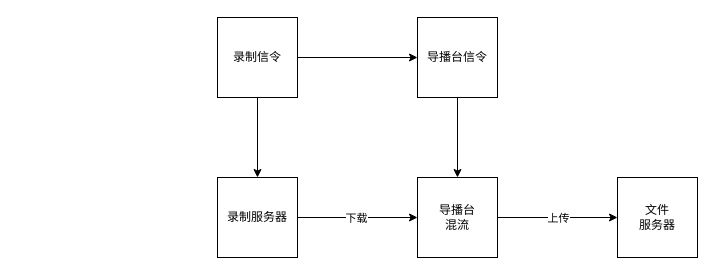
Earlier version of the draw.io diagram page "Page-11" (11 of 15) of Untitled Diagram2.drawio (craterone/imgs). Source tidied: cells renumbered, new cells numbered last; positions are measured from the earlier drawing's top-left corner, leaving out a move shared by most shapes. Both pictures are drawn from the tidied source at 100%, with x=0, y=0 at pixel (217, 17).
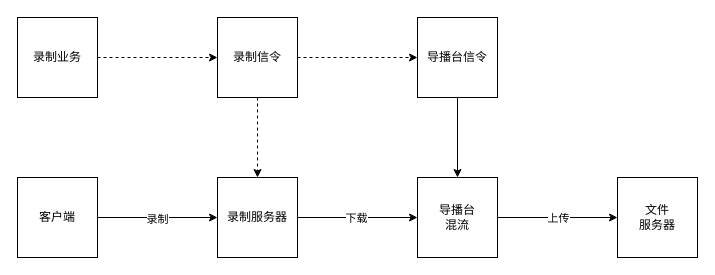
After the change.

Diff of the diagram source:
```diff
@@
 <mxGraphModel>
   <root>
     <mxCell id="0" />
     <mxCell id="1" parent="0" />
-    <mxCell id="2" style="edgeStyle=orthogonalEdgeStyle;rounded=0;jettySize=auto;html=1;entryX=0.5;entryY=0;entryDx=0;entryDy=0;" parent="1" edge="1" source="4" target="10">
+    <mxCell id="2" style="edgeStyle=orthogonalEdgeStyle;rounded=0;jettySize=auto;html=1;entryX=0.5;entryY=0;entryDx=0;entryDy=0;dashed=1;" parent="1" edge="1" source="4" target="10">
       <mxGeometry relative="1" as="geometry" />
     </mxCell>
-    <mxCell id="3" style="edgeStyle=orthogonalEdgeStyle;rounded=0;jettySize=auto;html=1;entryX=0;entryY=0.5;entryDx=0;entryDy=0;" parent="1" edge="1" source="4" target="12">
+    <mxCell id="3" style="edgeStyle=orthogonalEdgeStyle;rounded=0;jettySize=auto;html=1;entryX=0;entryY=0.5;entryDx=0;entryDy=0;dashed=1;" parent="1" edge="1" source="4" target="12">
       <mxGeometry relative="1" as="geometry" />
     </mxCell>
     <mxCell id="4" value="录制信令" style="whiteSpace=wrap;html=1;" parent="1" vertex="1">
       <mxGeometry width="80" height="80" as="geometry" />
     </mxCell>
     <mxCell id="5" style="edgeStyle=orthogonalEdgeStyle;rounded=0;jettySize=auto;html=1;entryX=0;entryY=0.5;entryDx=0;entryDy=0;" parent="1" edge="1" source="7" target="13">
       <mxGeometry relative="1" as="geometry" />
     </mxCell>
     <mxCell id="6" value="上传" style="edgeLabel;html=1;align=center;verticalAlign=middle;" parent="5" vertex="1">
       <mxGeometry x="-0.1" y="-1" relative="1" as="geometry">
         <mxPoint x="6" y="-1" as="offset" />
       </mxGeometry>
     </mxCell>
     <mxCell id="7" value="导播台&lt;br&gt;混流" style="whiteSpace=wrap;html=1;" parent="1" vertex="1">
       <mxGeometry x="200" y="160" width="80" height="80" as="geometry" />
     </mxCell>
     <mxCell id="8" style="edgeStyle=orthogonalEdgeStyle;rounded=0;jettySize=auto;html=1;entryX=0;entryY=0.5;entryDx=0;entryDy=0;" parent="1" edge="1" source="10" target="7">
       <mxGeometry relative="1" as="geometry" />
     </mxCell>
     <mxCell id="9" value="下载" style="edgeLabel;html=1;align=center;verticalAlign=middle;" parent="8" vertex="1">
       <mxGeometry x="-0.03" relative="1" as="geometry" />
     </mxCell>
     <mxCell id="10" value="录制服务器" style="whiteSpace=wrap;html=1;" parent="1" vertex="1">
       <mxGeometry y="160" width="80" height="80" as="geometry" />
     </mxCell>
     <mxCell id="11" style="edgeStyle=orthogonalEdgeStyle;rounded=0;jettySize=auto;html=1;" parent="1" edge="1" source="12" target="7">
       <mxGeometry relative="1" as="geometry" />
     </mxCell>
     <mxCell id="12" value="导播台信令" style="whiteSpace=wrap;html=1;" parent="1" vertex="1">
       <mxGeometry x="200" width="80" height="80" as="geometry" />
     </mxCell>
     <mxCell id="13" value="文件&lt;br&gt;服务器" style="whiteSpace=wrap;html=1;" parent="1" vertex="1">
       <mxGeometry x="400" y="160" width="80" height="80" as="geometry" />
     </mxCell>
+    <mxCell id="14" style="edgeStyle=orthogonalEdgeStyle;rounded=0;jettySize=auto;html=1;entryX=0;entryY=0.5;entryDx=0;entryDy=0;" parent="1" edge="1" source="16" target="10">
+      <mxGeometry relative="1" as="geometry" />
+    </mxCell>
+    <mxCell id="15" value="录制" style="edgeLabel;html=1;align=center;verticalAlign=middle;" parent="14" vertex="1">
+      <mxGeometry x="-0.02" y="-1" relative="1" as="geometry" />
+    </mxCell>
+    <mxCell id="16" value="客户端" style="whiteSpace=wrap;html=1;" parent="1" vertex="1">
+      <mxGeometry x="-200" y="160" width="80" height="80" as="geometry" />
+    </mxCell>
+    <mxCell id="17" style="edgeStyle=orthogonalEdgeStyle;rounded=0;jettySize=auto;html=1;entryX=0;entryY=0.5;entryDx=0;entryDy=0;dashed=1;" parent="1" edge="1" source="18" target="4">
+      <mxGeometry relative="1" as="geometry" />
+    </mxCell>
+    <mxCell id="18" value="录制业务" style="whiteSpace=wrap;html=1;" parent="1" vertex="1">
+      <mxGeometry x="-200" width="80" height="80" as="geometry" />
+    </mxCell>
   </root>
 </mxGraphModel>
```
